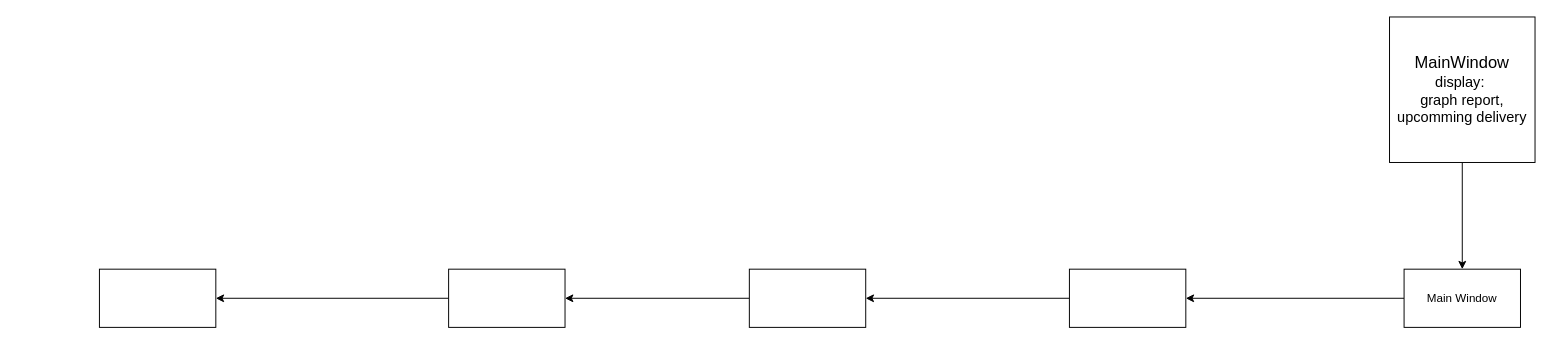
The draw.io diagram Untitled Diagram.drawio in BriAnskei/Social-Media-Web-Application, before the edit. Source tidied: cells renumbered, new cells numbered last; positions are measured from the earlier drawing's top-left corner, leaving out a move shared by most shapes. Both pictures are drawn from the tidied source at 97%, with x=0, y=0 at pixel (99, 16).
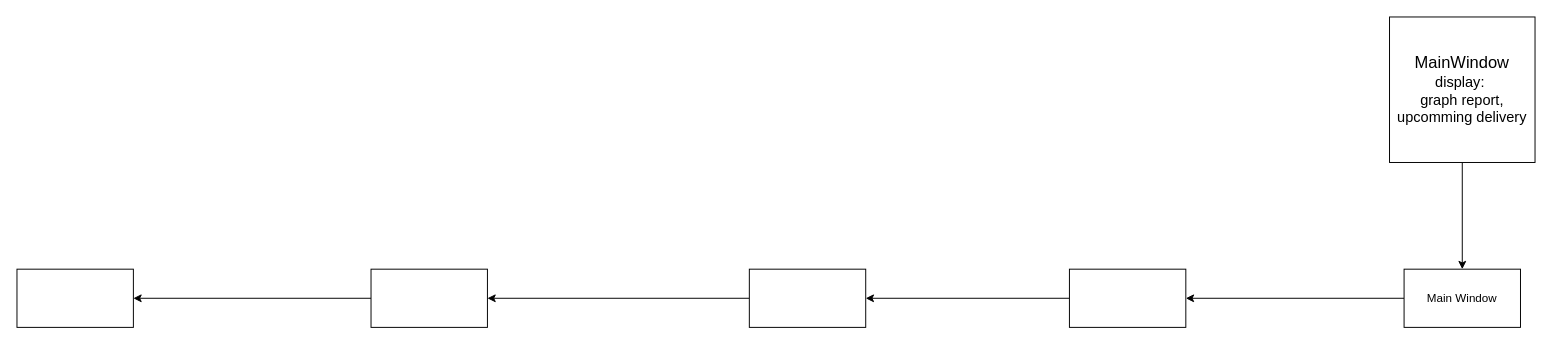
The same page after the edit.

What changed in the source:
```diff
@@
 <mxGraphModel>
   <root>
     <mxCell id="0" />
     <mxCell id="1" parent="0" />
     <mxCell id="2" style="edgeStyle=orthogonalEdgeStyle;rounded=0;jettySize=auto;html=1;entryX=0.5;entryY=0;entryDx=0;entryDy=0;" parent="1" edge="1" source="3" target="5">
       <mxGeometry relative="1" as="geometry" />
     </mxCell>
     <mxCell id="3" value="&lt;font style=&quot;font-size: 17px;&quot;&gt;MainWindow&lt;/font&gt;&lt;div&gt;&lt;font style=&quot;font-size: 15px;&quot;&gt;display:&amp;nbsp;&lt;/font&gt;&lt;/div&gt;&lt;div&gt;&lt;font style=&quot;font-size: 15px;&quot;&gt;graph report,&lt;/font&gt;&lt;/div&gt;&lt;div&gt;&lt;font style=&quot;font-size: 15px;&quot;&gt;upcomming delivery&lt;/font&gt;&lt;/div&gt;" style="whiteSpace=wrap;html=1;" parent="1" vertex="1">
       <mxGeometry x="1330" width="150" height="150" as="geometry" />
     </mxCell>
     <mxCell id="4" style="edgeStyle=orthogonalEdgeStyle;rounded=0;jettySize=auto;html=1;" parent="1" edge="1" source="5" target="7">
       <mxGeometry relative="1" as="geometry" />
     </mxCell>
     <mxCell id="5" value="Main Window" style="rounded=0;whiteSpace=wrap;html=1;" parent="1" vertex="1">
       <mxGeometry x="1345" y="260" width="120" height="60" as="geometry" />
     </mxCell>
     <mxCell id="6" style="edgeStyle=orthogonalEdgeStyle;rounded=0;jettySize=auto;html=1;" parent="1" edge="1" source="7" target="9">
       <mxGeometry relative="1" as="geometry" />
     </mxCell>
     <mxCell id="7" style="rounded=0;whiteSpace=wrap;html=1;" parent="1" vertex="1">
       <mxGeometry x="1000" y="260" width="120" height="60" as="geometry" />
     </mxCell>
     <mxCell id="8" style="edgeStyle=orthogonalEdgeStyle;rounded=0;jettySize=auto;html=1;" parent="1" edge="1" source="9" target="11">
       <mxGeometry relative="1" as="geometry" />
     </mxCell>
     <mxCell id="9" style="rounded=0;whiteSpace=wrap;html=1;" parent="1" vertex="1">
       <mxGeometry x="670" y="260" width="120" height="60" as="geometry" />
     </mxCell>
-    <mxCell id="10" style="edgeStyle=orthogonalEdgeStyle;rounded=0;jettySize=auto;html=1;" parent="1" edge="1" source="11" target="12">
+    <mxCell id="10" style="edgeStyle=orthogonalEdgeStyle;rounded=0;jettySize=auto;html=1;entryX=1;entryY=0.5;entryDx=0;entryDy=0;" parent="1" edge="1" source="11" target="12">
       <mxGeometry relative="1" as="geometry" />
     </mxCell>
     <mxCell id="11" style="rounded=0;whiteSpace=wrap;html=1;" parent="1" vertex="1">
-      <mxGeometry x="360" y="260" width="120" height="60" as="geometry" />
+      <mxGeometry x="280" y="260" width="120" height="60" as="geometry" />
     </mxCell>
     <mxCell id="12" style="rounded=0;whiteSpace=wrap;html=1;" parent="1" vertex="1">
-      <mxGeometry y="260" width="120" height="60" as="geometry" />
+      <mxGeometry x="-85" y="260" width="120" height="60" as="geometry" />
     </mxCell>
   </root>
 </mxGraphModel>
```
